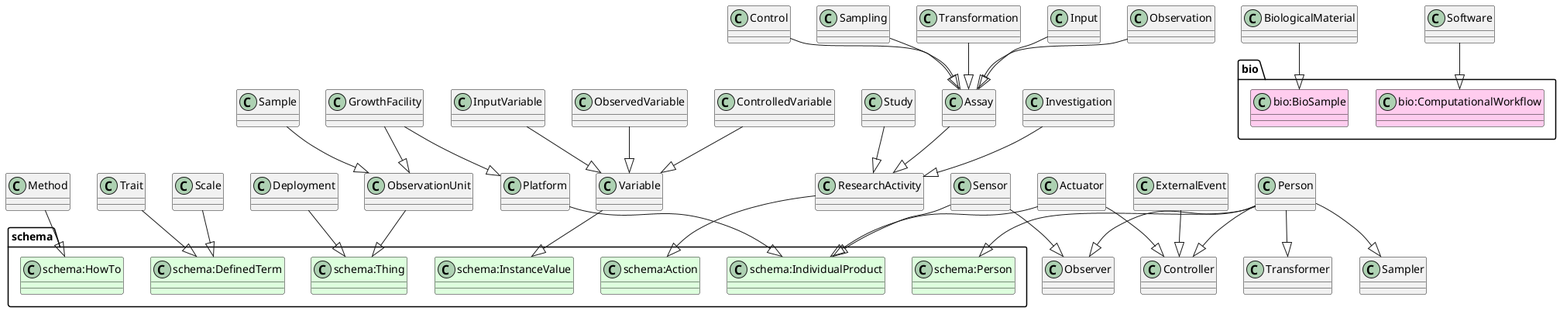
Above: ttl_uml/ttl_appn-ppeo-sosa-ssn-cdi.png in aus-plant-phenomics-network/appn-schema (PlantUML), before the change.
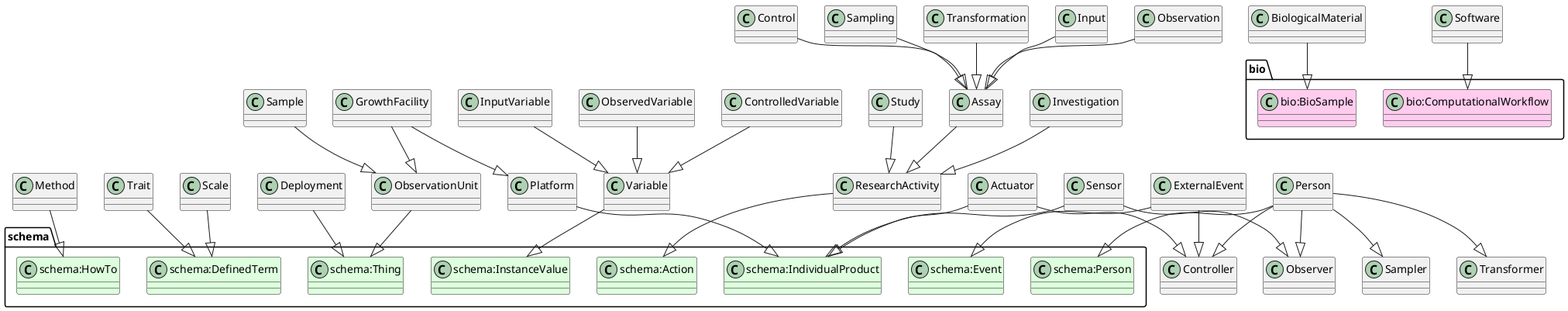
Later version of the same file.

What changed in the source:
```diff
@@ -37,6 +37,7 @@
     class "schema:DefinedTerm" #DDFFDD
     class "schema:InstanceValue" #DDFFDD
     class "schema:IndividualProduct" #DDFFDD
+    class "schema:Event" #DDFFDD
     class "schema:Person" #DDFFDD
 }
 package "bio" {
@@ -64,6 +65,7 @@
 Actuator --|> Controller
 Actuator --|> "schema:IndividualProduct"
 ExternalEvent --|> Controller
+ExternalEvent --|> "schema:Event"
 Sensor --|> Observer
 Sensor --|> "schema:IndividualProduct"
 Person --|> Observer
```
